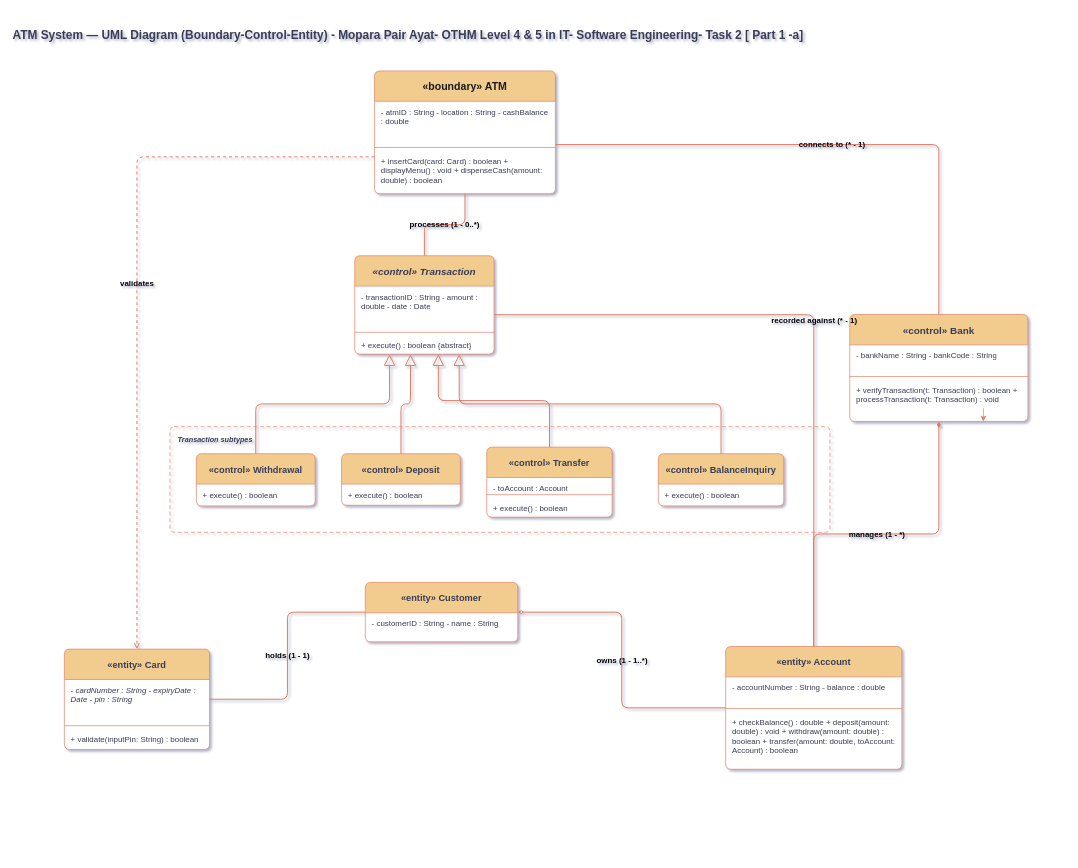
Earlier version of the draw.io diagram ATM UML Diagram-Task 2-part-1-a.drawio (Moparapairayat/SE_ATM_UML_Diagram). Source tidied: cells renumbered, new cells numbered last; positions are measured from the earlier drawing's top-left corner, leaving out a move shared by most shapes. Both pictures are drawn from the tidied source at 66%, with x=0, y=0 at pixel (11, 11).
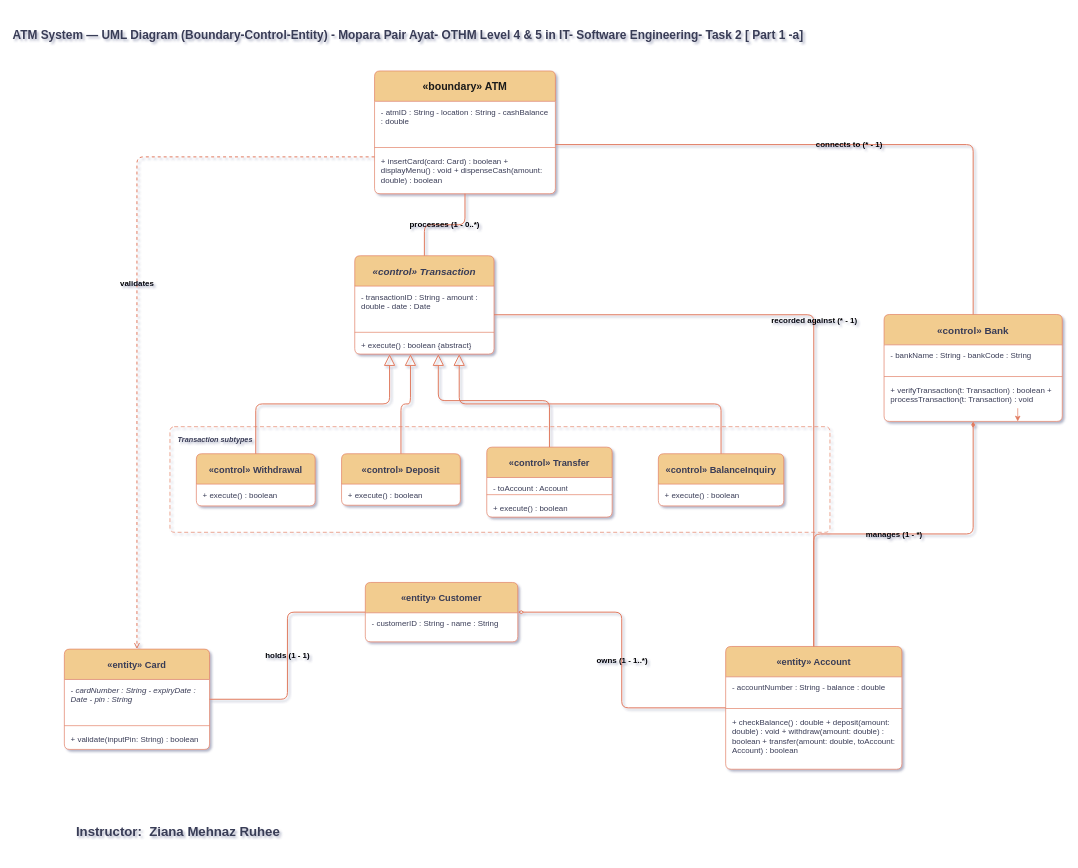
After the change.

Diff of the diagram source:
```diff
@@
-<mxGraphModel shadow="1">
+<mxGraphModel background="light-dark(#ffffff, #121212)" shadow="1">
@@
     <mxCell id="8" value="«control» Bank" style="swimlane;fontStyle=1;align=center;verticalAlign=middle;horizontal=1;startSize=46;fontSize=15;fontFamily=Helvetica;rounded=1;arcSize=6;shadow=0;fillColor=#F2CC8F;strokeColor=#E07A5F;swimlaneFillColor=#FFFFFF;fontColor=#393C56;labelBackgroundColor=none;" parent="1" vertex="1">
-      <mxGeometry x="1270" y="459" width="270" height="162" as="geometry" />
+      <mxGeometry x="1322" y="459" width="270" height="162" as="geometry" />
     </mxCell>
@@
+    <mxCell id="48" value="Instructor:&amp;nbsp; Ziana Mehnaz Ruhee&amp;nbsp;" style="text;align=left;verticalAlign=middle;fontSize=20;fontStyle=1;fontFamily=Helvetica;fontColor=#393C56;labelBackgroundColor=none;rounded=1;textShadow=0;whiteSpace=wrap;html=1;convertToSvg=1;svgWhiteSpace=wrap;autosizeText=0;" parent="1" vertex="1">
+      <mxGeometry x="96" y="1208" width="948" height="67" as="geometry" />
+    </mxCell>
```
